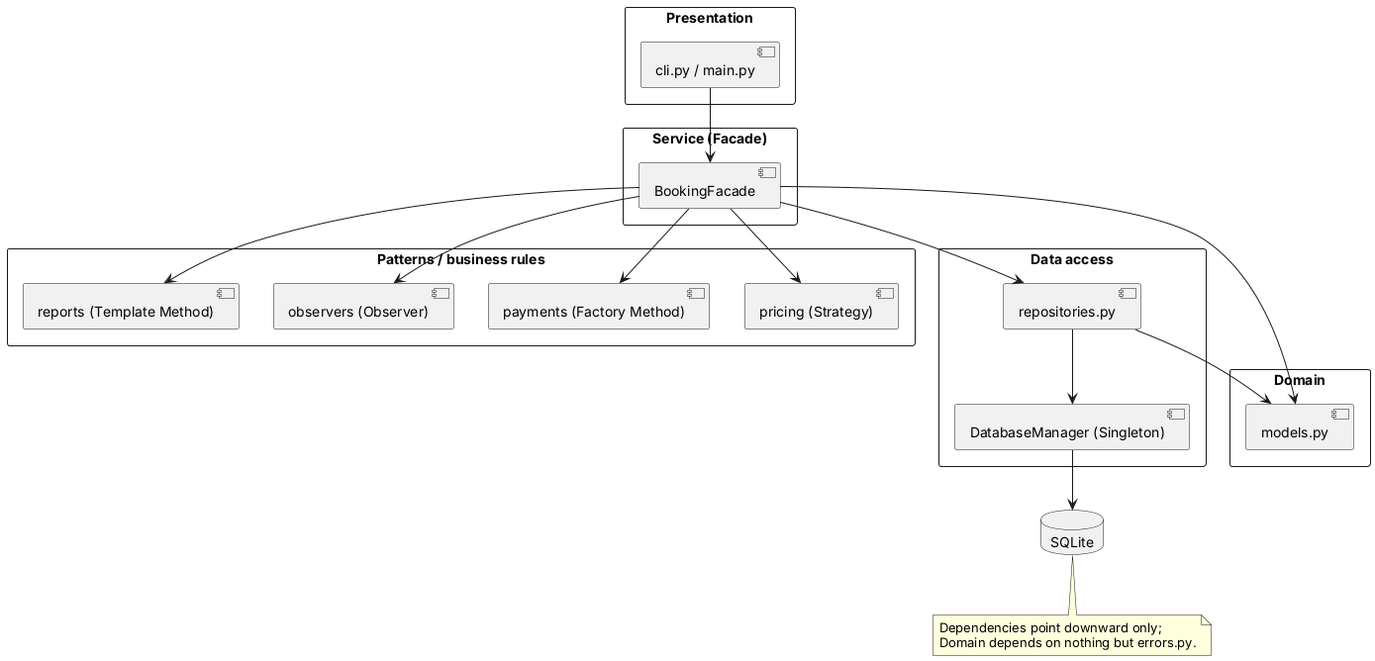
Before: cinebook/cinebook/docs/uml/png/package_layers.png, a diagram exported from PlantUML (meerakumar-1/cinebook-ooad).
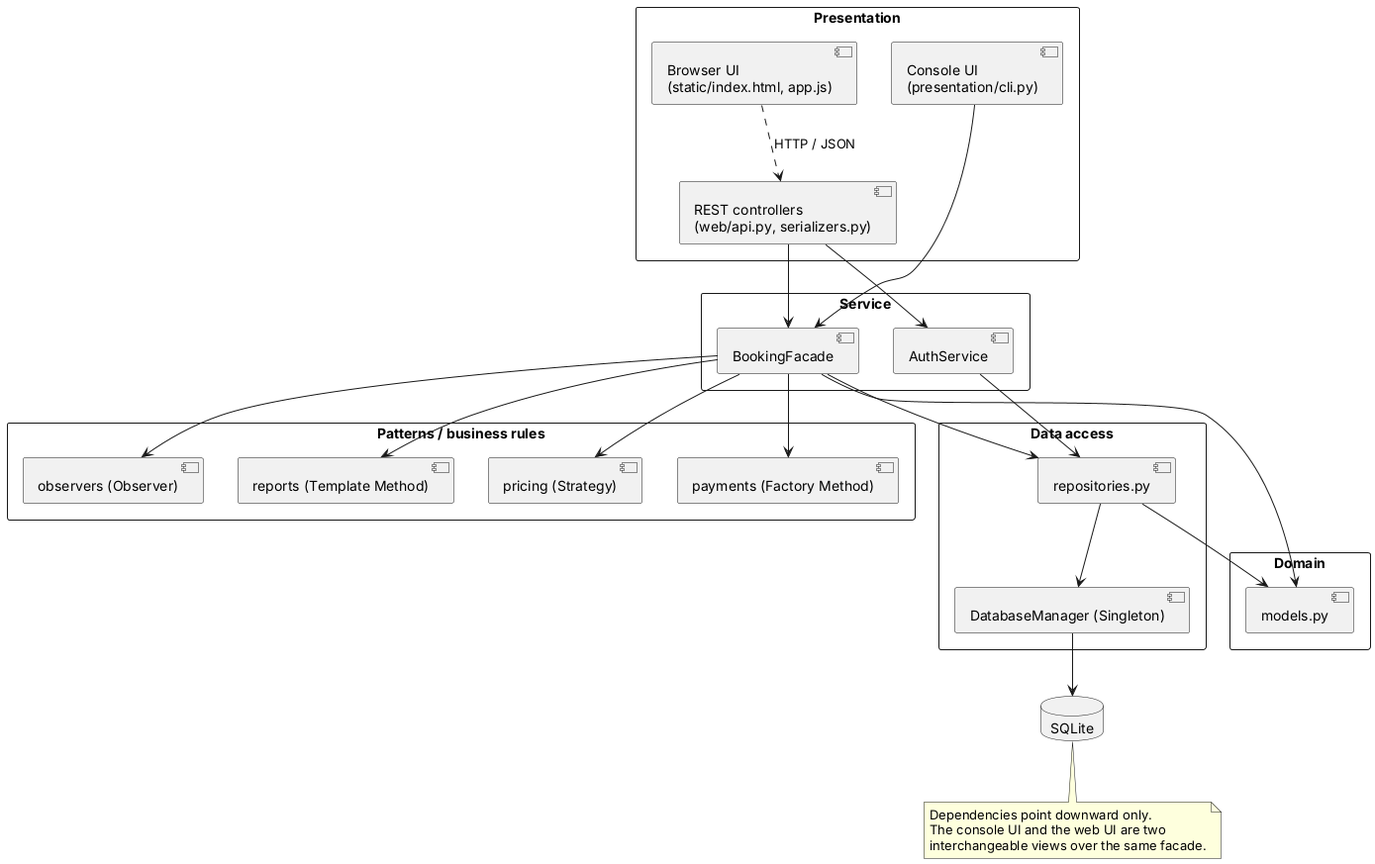
After the commit.

Change to the diagram source:
```diff
@@ -1,10 +1,13 @@
 @startuml package_layers
 skinparam packageStyle rectangle
 package "Presentation" {
-  component "cli.py / main.py" as cli
+  component "Browser UI\n(static/index.html, app.js)" as ui
+  component "REST controllers\n(web/api.py, serializers.py)" as api
+  component "Console UI\n(presentation/cli.py)" as cli
 }
-package "Service (Facade)" {
+package "Service" {
   component "BookingFacade" as facade
+  component "AuthService" as auth
 }
 package "Patterns / business rules" {
   component "pricing (Strategy)" as pricing
@@ -20,6 +23,9 @@
   component "DatabaseManager (Singleton)" as dbm
 }
 database "SQLite" as DB
+ui ..> api : HTTP / JSON
+api --> facade
+api --> auth
 cli --> facade
 facade --> pricing
 facade --> payments
@@ -27,8 +33,9 @@
 facade --> reports
 facade --> repos
 facade --> models
+auth --> repos
 repos --> models
 repos --> dbm
 dbm --> DB
-note bottom of DB : Dependencies point downward only;\nDomain depends on nothing but errors.py.
+note bottom of DB : Dependencies point downward only.\nThe console UI and the web UI are two\ninterchangeable views over the same facade.
 @enduml
```
